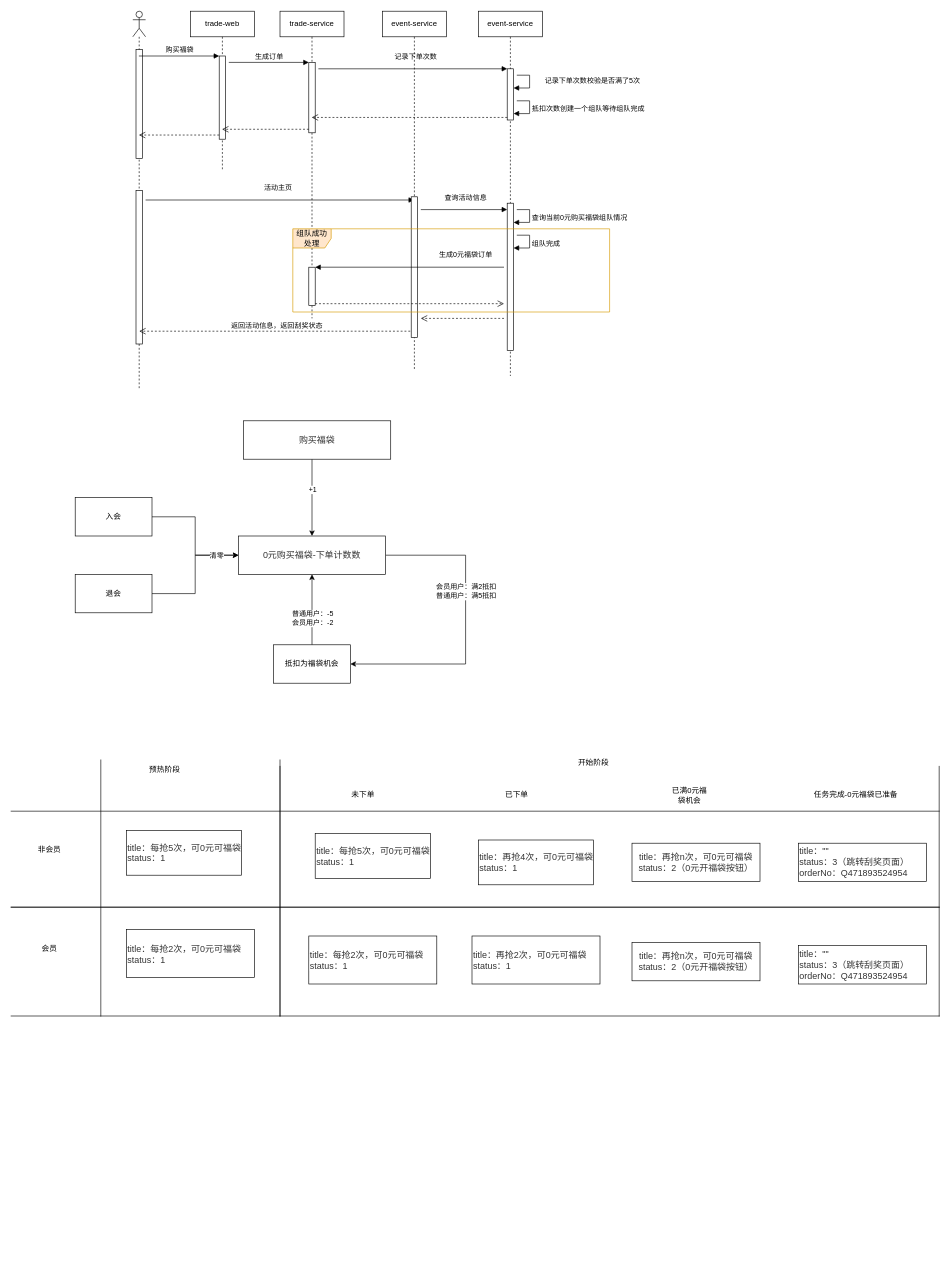
Before: 0元福袋.drawio in JAi-Li/document, a draw.io diagram. Source tidied: cells renumbered, new cells numbered last; positions are measured from the earlier drawing's top-left corner, leaving out a move shared by most shapes. Both pictures are drawn from the tidied source at 64%, with x=0, y=0 at pixel (11, 11).
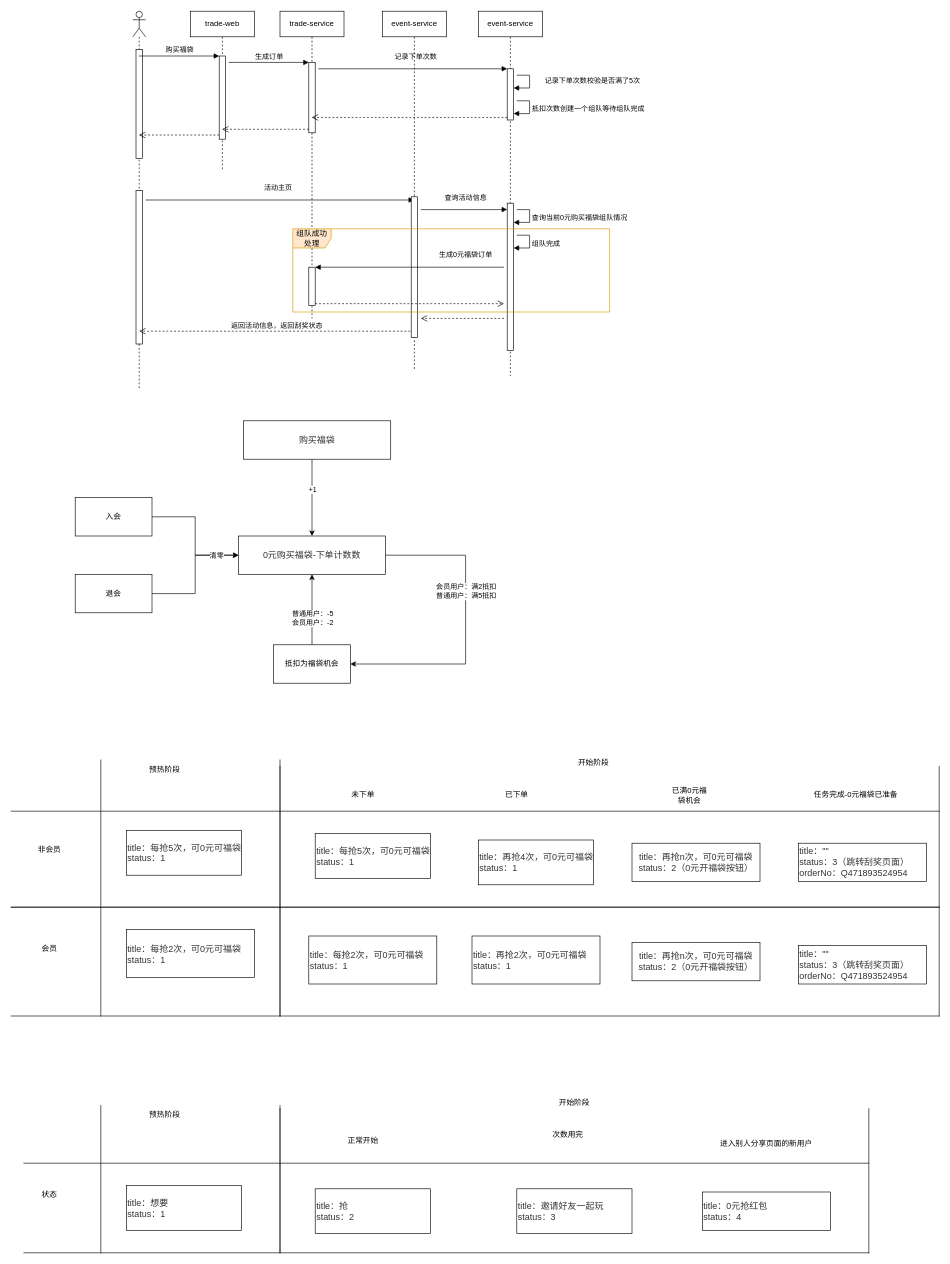
Above is the later version.

Commit message:
更新0元福袋.drawio

Diff of the diagram source:
```diff
@@
+    <mxCell id="68" style="shape=partialRectangle;whiteSpace=wrap;html=1;bottom=0;top=0;fillColor=none;" parent="1" vertex="1">
+      <mxGeometry x="420" y="1715" width="920" height="225" as="geometry" />
+    </mxCell>
+    <mxCell id="69" style="shape=partialRectangle;whiteSpace=wrap;html=1;bottom=0;top=0;fillColor=none;" parent="1" vertex="1">
+      <mxGeometry x="140" y="1710" width="280" height="230" as="geometry" />
+    </mxCell>
@@
+    <mxCell id="70" style="shape=partialRectangle;whiteSpace=wrap;html=1;left=0;right=0;fillColor=none;" parent="1" vertex="1">
+      <mxGeometry x="20" y="1800" width="1320" height="140" as="geometry" />
+    </mxCell>
+    <mxCell id="71" value="&lt;span style=&quot;color: rgb(51, 51, 51); font-family: Arial, sans-serif; font-size: 14px; background-color: rgb(255, 255, 255);&quot;&gt;title：想要&lt;br&gt;status：1&lt;br&gt;&lt;/span&gt;" style="rounded=0;whiteSpace=wrap;html=1;align=left;" parent="1" vertex="1">
+      <mxGeometry x="180" y="1835" width="180" height="70" as="geometry" />
+    </mxCell>
+    <mxCell id="72" value="预热阶段" style="text;html=1;strokeColor=none;fillColor=none;align=center;verticalAlign=middle;whiteSpace=wrap;rounded=0;" parent="1" vertex="1">
+      <mxGeometry x="210" y="1710" width="60" height="30" as="geometry" />
+    </mxCell>
+    <mxCell id="73" value="状态" style="text;html=1;strokeColor=none;fillColor=none;align=center;verticalAlign=middle;whiteSpace=wrap;rounded=0;" parent="1" vertex="1">
+      <mxGeometry x="30" y="1835" width="60" height="30" as="geometry" />
+    </mxCell>
+    <mxCell id="74" value="开始阶段" style="text;html=1;strokeColor=none;fillColor=none;align=center;verticalAlign=middle;whiteSpace=wrap;rounded=0;" parent="1" vertex="1">
+      <mxGeometry x="850" y="1690" width="60" height="30" as="geometry" />
+    </mxCell>
+    <mxCell id="75" value="正常开始" style="text;html=1;strokeColor=none;fillColor=none;align=center;verticalAlign=middle;whiteSpace=wrap;rounded=0;" parent="1" vertex="1">
+      <mxGeometry x="520" y="1750" width="60" height="30" as="geometry" />
+    </mxCell>
+    <mxCell id="76" value="次数用完" style="text;html=1;strokeColor=none;fillColor=none;align=center;verticalAlign=middle;whiteSpace=wrap;rounded=0;" parent="1" vertex="1">
+      <mxGeometry x="840" y="1740" width="60" height="30" as="geometry" />
+    </mxCell>
+    <mxCell id="77" value="进入别人分享页面的新用户" style="text;html=1;strokeColor=none;fillColor=none;align=center;verticalAlign=middle;whiteSpace=wrap;rounded=0;" parent="1" vertex="1">
+      <mxGeometry x="1095" y="1750" width="170" height="40" as="geometry" />
+    </mxCell>
+    <mxCell id="78" value="&lt;span style=&quot;color: rgb(51, 51, 51); font-family: Arial, sans-serif; font-size: 14px; background-color: rgb(255, 255, 255);&quot;&gt;title：0元抢红包&lt;br&gt;status：4&lt;br&gt;&lt;/span&gt;" style="rounded=0;whiteSpace=wrap;html=1;align=left;" parent="1" vertex="1">
+      <mxGeometry x="1080" y="1845" width="200" height="60" as="geometry" />
+    </mxCell>
+    <mxCell id="79" value="&lt;span style=&quot;color: rgb(51, 51, 51); font-family: Arial, sans-serif; font-size: 14px; background-color: rgb(255, 255, 255);&quot;&gt;title：抢&lt;br&gt;status：2&lt;br&gt;&lt;/span&gt;" style="rounded=0;whiteSpace=wrap;html=1;align=left;" parent="1" vertex="1">
+      <mxGeometry x="475" y="1840" width="180" height="70" as="geometry" />
+    </mxCell>
+    <mxCell id="80" value="&lt;span style=&quot;color: rgb(51, 51, 51); font-family: Arial, sans-serif; font-size: 14px; background-color: rgb(255, 255, 255);&quot;&gt;title：邀请好友一起玩&lt;br&gt;status：3&lt;br&gt;&lt;/span&gt;" style="rounded=0;whiteSpace=wrap;html=1;align=left;" parent="1" vertex="1">
+      <mxGeometry x="790" y="1840" width="180" height="70" as="geometry" />
+    </mxCell>
```
